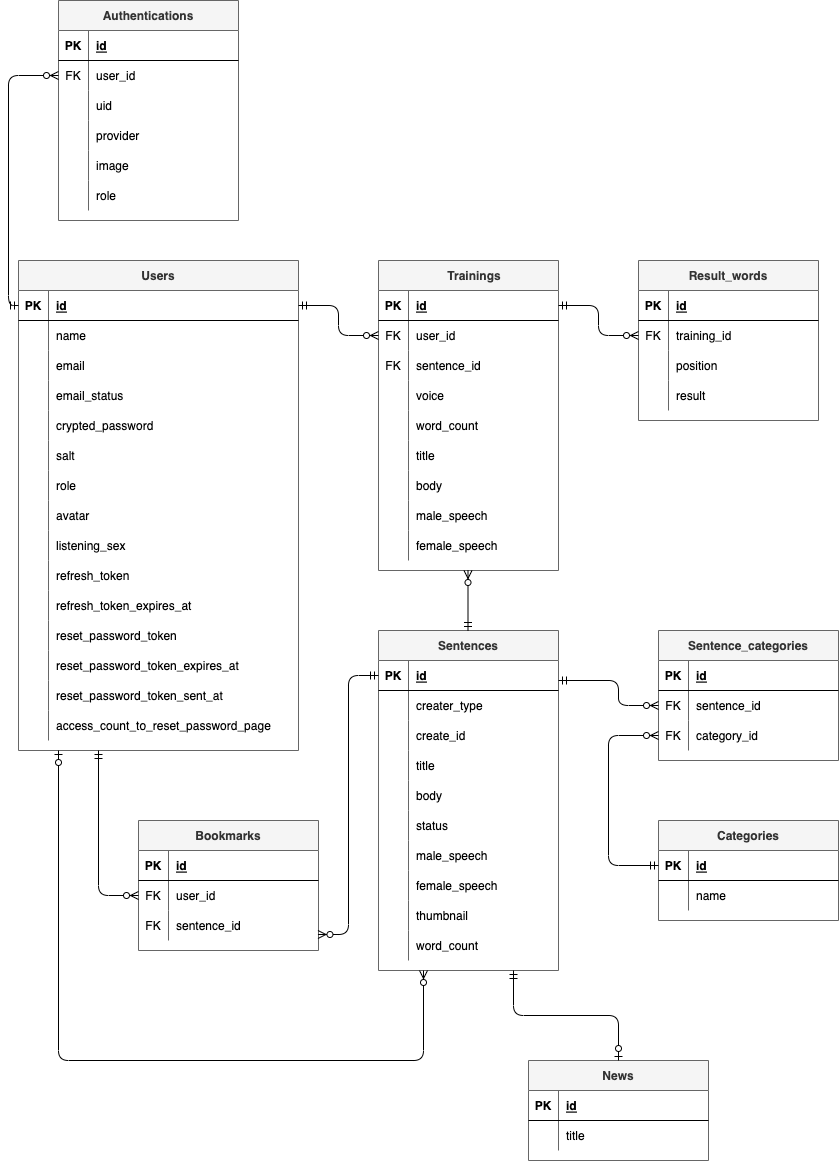
chain792/read_aloud_checker keeps this draw.io diagram as er.drawio.png. Above is the earlier version. Source tidied: cells renumbered, new cells last; positions are measured from the earlier drawing's top-left corner, leaving out a move shared by most shapes.
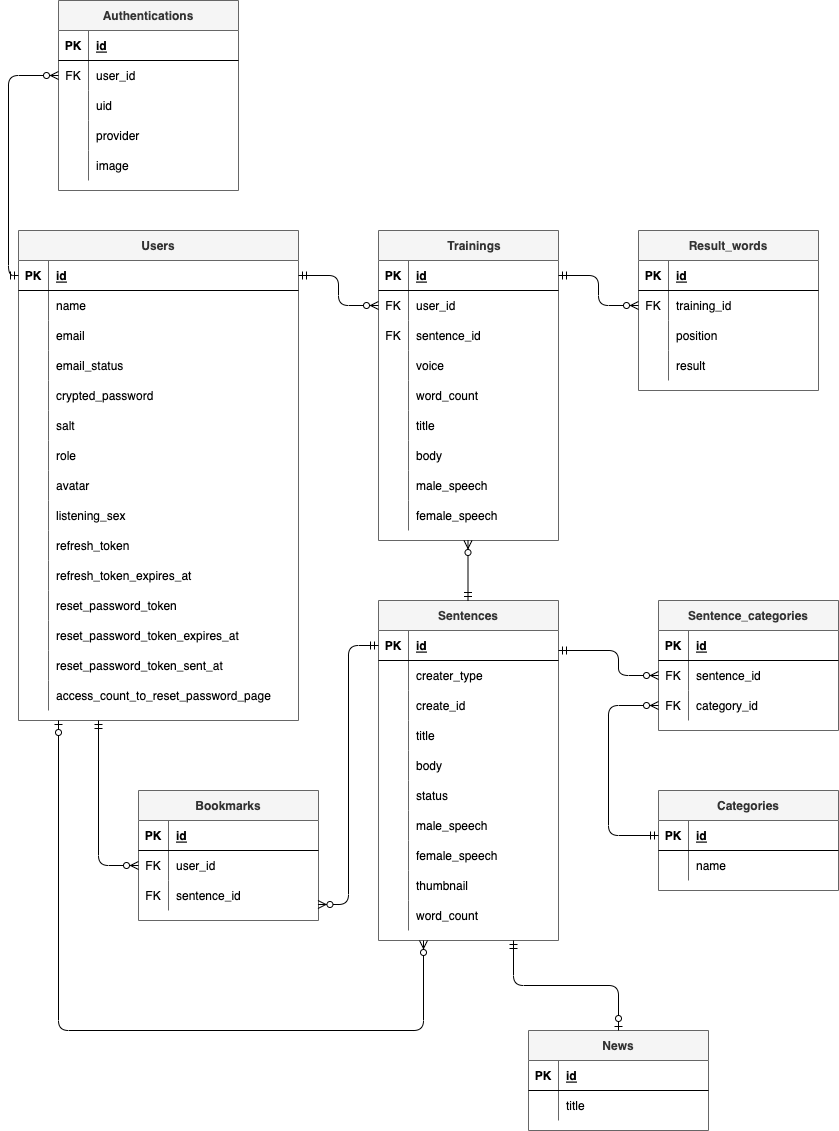
Above is the later version.

Diff of the diagram source:
```diff
@@ -406,7 +406,7 @@
       </mxGeometry>
     </mxCell>
     <mxCell id="133" value="Authentications" style="shape=table;startSize=30;rowLines=0;fontStyle=1;align=center;fillColor=#f5f5f5;strokeColor=#666666;fontColor=#333333;swimlaneFillColor=default;" parent="1" vertex="1">
-      <mxGeometry x="40" width="180" height="220" as="geometry" />
+      <mxGeometry x="40" y="30" width="180" height="190" as="geometry" />
     </mxCell>
     <mxCell id="134" style="shape=partialRectangle;fillColor=none;top=0;left=0;bottom=1;right=0;" parent="133" vertex="1">
       <mxGeometry y="30" width="180" height="30" as="geometry" />
@@ -453,15 +453,6 @@
     <mxCell id="148" value="image" style="shape=partialRectangle;fillColor=none;top=0;left=0;bottom=0;right=0;align=left;spacingLeft=6;overflow=hidden;" parent="146" vertex="1">
       <mxGeometry x="30" width="150" height="30" as="geometry" />
     </mxCell>
-    <mxCell id="149" style="shape=partialRectangle;fillColor=none;top=0;left=0;bottom=0;right=0;" parent="133" vertex="1">
-      <mxGeometry y="180" width="180" height="30" as="geometry" />
-    </mxCell>
-    <mxCell id="150" style="shape=partialRectangle;fillColor=none;top=0;left=0;bottom=0;right=0;overflow=hidden;" parent="149" vertex="1">
-      <mxGeometry width="30" height="30" as="geometry" />
-    </mxCell>
-    <mxCell id="151" value="role" style="shape=partialRectangle;fillColor=none;top=0;left=0;bottom=0;right=0;align=left;spacingLeft=6;overflow=hidden;" parent="149" vertex="1">
-      <mxGeometry x="30" width="150" height="30" as="geometry" />
-    </mxCell>
     <mxCell id="152" value="Bookmarks" style="shape=table;startSize=30;rowLines=0;fontStyle=1;align=center;fillColor=#f5f5f5;strokeColor=#666666;fontColor=#333333;swimlaneFillColor=default;" parent="1" vertex="1">
       <mxGeometry x="120" y="820" width="180" height="130" as="geometry" />
     </mxCell>
```
